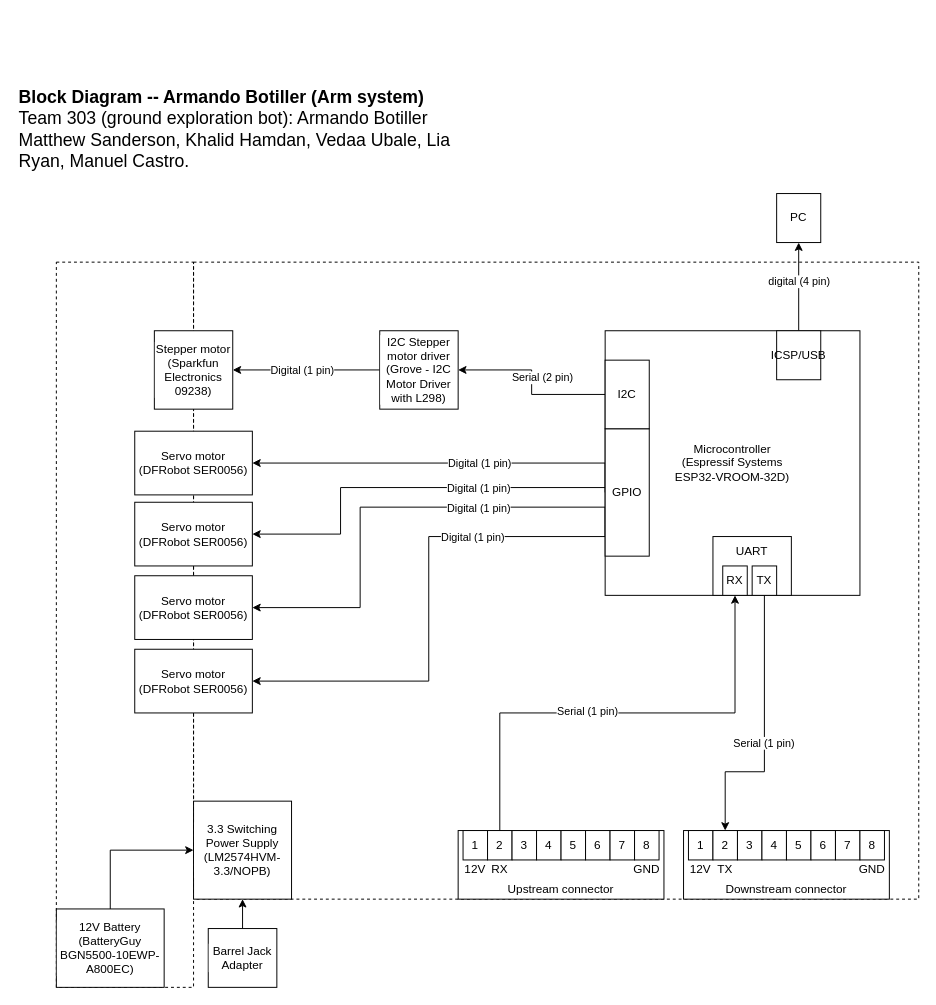
Before: docs/02-Block-Diagram/bd_03_06.drawio in botilarm/botilarm.github.io, a draw.io diagram. Source tidied: cells renumbered, new cells numbered last; positions are measured from the earlier drawing's top-left corner, leaving out a move shared by most shapes. Both pictures are drawn from the tidied source at 98%, with x=0, y=0 at pixel (17, 85).
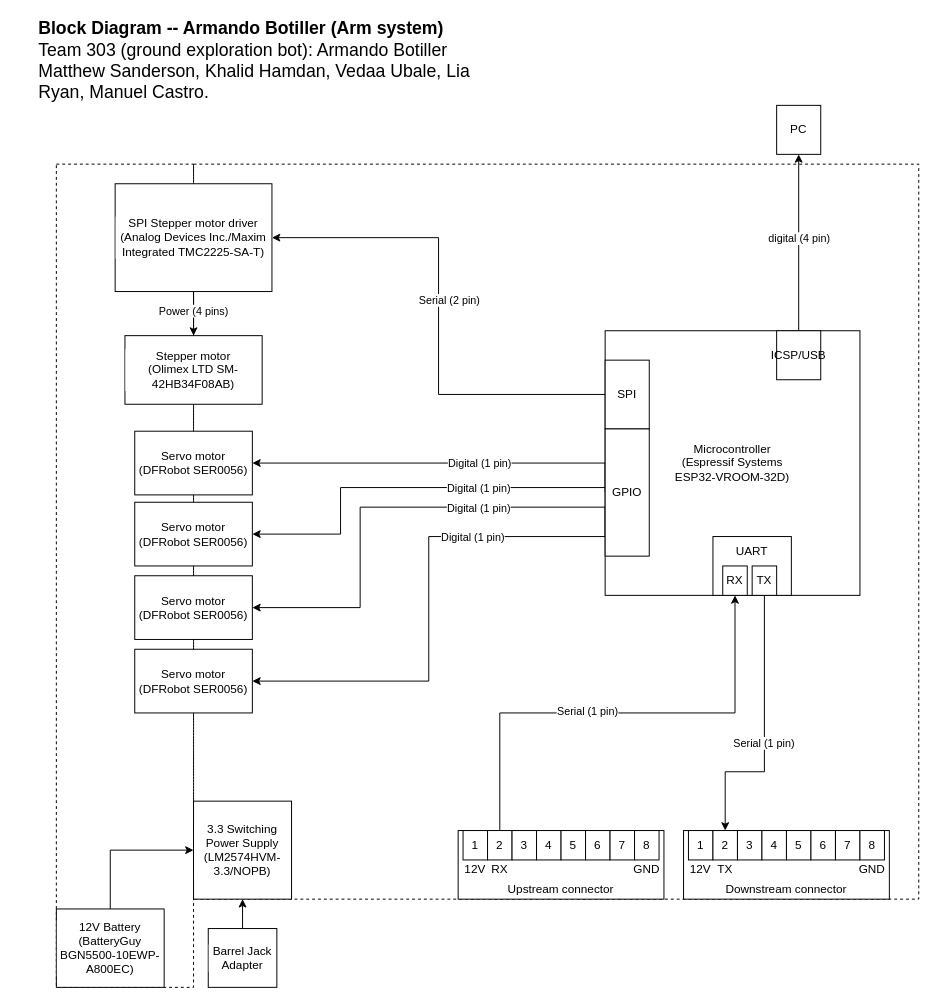
The same diagram, later.

Unchanged cells that the change refers to:
```xml
<mxCell id="7" style="edgeStyle=orthogonalEdgeStyle;rounded=0;jettySize=auto;html=1;exitX=0.5;exitY=0;exitDx=0;exitDy=0;entryX=0.5;entryY=1;entryDx=0;entryDy=0;" parent="1" edge="1" source="9" target="10">
  <mxGeometry relative="1" as="geometry" />
</mxCell>
```

Diff of the diagram source:
```diff
@@
     <mxCell id="2" style="whiteSpace=wrap;html=1;fillColor=none;dashed=1;" parent="1" vertex="1">
-      <mxGeometry x="40" y="180" width="140" height="740" as="geometry" />
+      <mxGeometry x="40" y="80" width="140" height="840" as="geometry" />
     </mxCell>
     <mxCell id="3" style="whiteSpace=wrap;html=1;fillColor=none;dashed=1;" parent="1" vertex="1">
-      <mxGeometry x="180" y="180" width="740" height="650" as="geometry" />
+      <mxGeometry x="180" y="80" width="740" height="750" as="geometry" />
     </mxCell>
     <mxCell id="4" value="&lt;div&gt;&lt;b&gt;Block Diagram -- Armando Botiller (Arm system)&lt;/b&gt;&lt;/div&gt;&lt;div&gt;Team 303 (ground exploration bot): Armando Botiller&lt;/div&gt;&lt;div&gt;Matthew Sanderson, Khalid Hamdan, Vedaa Ubale, Lia Ryan, Manuel Castro.&lt;/div&gt;" style="text;html=1;whiteSpace=wrap;strokeColor=none;fillColor=none;align=left;verticalAlign=middle;rounded=0;fontStyle=0;fontSize=18;" parent="1" vertex="1">
-      <mxGeometry width="480" height="90" as="geometry" />
+      <mxGeometry x="20" y="-70" width="480" height="90" as="geometry" />
     </mxCell>
@@
     <mxCell id="8" value="digital (4 pin)" style="edgeLabel;html=1;align=center;verticalAlign=middle;" parent="7" vertex="1">
       <mxGeometry x="0.37" y="-1" relative="1" as="geometry">
-        <mxPoint x="-1" y="11" as="offset" />
+        <mxPoint x="-1" y="28" as="offset" />
       </mxGeometry>
     </mxCell>
@@
     <mxCell id="10" value="PC" style="whiteSpace=wrap;html=1;" parent="1" vertex="1">
-      <mxGeometry x="775" y="110" width="45" height="50" as="geometry" />
+      <mxGeometry x="775" y="20" width="45" height="50" as="geometry" />
     </mxCell>
@@
-    <mxCell id="15" style="edgeStyle=orthogonalEdgeStyle;rounded=0;jettySize=auto;html=1;exitX=0;exitY=0.5;exitDx=0;exitDy=0;entryX=1;entryY=0.5;entryDx=0;entryDy=0;" parent="1" edge="1" source="17" target="18">
+    <mxCell id="15" style="edgeStyle=orthogonalEdgeStyle;rounded=0;jettySize=auto;html=1;entryX=0.5;entryY=0;entryDx=0;entryDy=0;" parent="1" edge="1" source="17" target="18">
       <mxGeometry relative="1" as="geometry" />
     </mxCell>
-    <mxCell id="16" value="Digital (1 pin)" style="edgeLabel;html=1;align=center;verticalAlign=middle;" parent="15" vertex="1">
-      <mxGeometry x="0.02" relative="1" as="geometry">
-        <mxPoint x="-3" as="offset" />
-      </mxGeometry>
-    </mxCell>
+    <mxCell id="71" value="Power (4 pins)" style="edgeLabel;html=1;align=center;verticalAlign=middle;" parent="15" vertex="1">
+      <mxGeometry x="-0.17" y="-1" relative="1" as="geometry" />
+    </mxCell>
-    <mxCell id="17" value="&lt;div&gt;I2C Stepper motor driver&lt;/div&gt;&lt;div&gt;&lt;span&gt;(&lt;span&gt;Grove - I2C Motor Driver with L298&lt;/span&gt;)&lt;/span&gt;&lt;/div&gt;" style="whiteSpace=wrap;html=1;labelBackgroundColor=default;" parent="1" vertex="1">
-      <mxGeometry x="370" y="250" width="80" height="80" as="geometry" />
+    <mxCell id="17" value="&lt;div&gt;SPI Stepper motor driver&lt;/div&gt;&lt;div&gt;&lt;span&gt;(&lt;span&gt;Analog Devices Inc./Maxim Integrated TMC2225-SA-T&lt;/span&gt;)&lt;/span&gt;&lt;/div&gt;" style="whiteSpace=wrap;html=1;labelBackgroundColor=default;" parent="1" vertex="1">
+      <mxGeometry x="100" y="100" width="160" height="110" as="geometry" />
     </mxCell>
-    <mxCell id="18" value="&lt;div&gt;&lt;span style=&quot;background-color: rgb(255, 255, 255);&quot;&gt;Stepper motor&lt;/span&gt;&lt;/div&gt;&lt;div&gt;&lt;span&gt;&lt;span&gt;&lt;span&gt;(&lt;/span&gt;&lt;/span&gt;&lt;span style=&quot;&quot;&gt;Sparkfun Electronics 09238&lt;/span&gt;&lt;span&gt;&lt;span&gt;)&lt;/span&gt;&lt;/span&gt;&lt;/span&gt;&lt;/div&gt;" style="whiteSpace=wrap;html=1;labelBackgroundColor=default;" parent="1" vertex="1">
-      <mxGeometry x="140" y="250" width="80" height="80" as="geometry" />
+    <mxCell id="18" value="&lt;div&gt;&lt;span style=&quot;background-color: rgb(255, 255, 255);&quot;&gt;Stepper motor&lt;/span&gt;&lt;/div&gt;&lt;div&gt;&lt;span&gt;&lt;span&gt;&lt;span&gt;(&lt;/span&gt;&lt;/span&gt;&lt;span style=&quot;&quot;&gt;Olimex LTD SM-42HB34F08AB&lt;/span&gt;&lt;span&gt;&lt;span&gt;)&lt;/span&gt;&lt;/span&gt;&lt;/span&gt;&lt;/div&gt;" style="whiteSpace=wrap;html=1;labelBackgroundColor=default;" parent="1" vertex="1">
+      <mxGeometry x="110" y="255" width="140" height="70" as="geometry" />
     </mxCell>
@@
-    <mxCell id="30" value="I2C" style="whiteSpace=wrap;html=1;labelBackgroundColor=default;" parent="1" vertex="1">
+    <mxCell id="30" value="SPI" style="whiteSpace=wrap;html=1;labelBackgroundColor=default;" parent="1" vertex="1">
       <mxGeometry x="600" y="280" width="45" height="70" as="geometry" />
     </mxCell>
```
